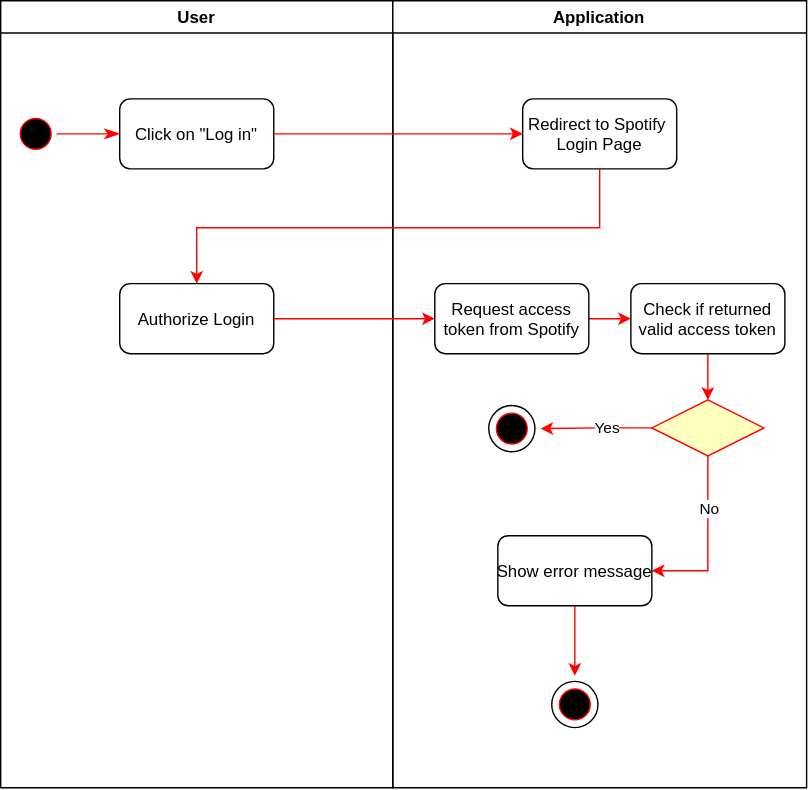
Before: Documentation/diagrams/Login_Activity_Diagram.svg, a diagram exported from draw.io (SE-TINF22B6/Statify). Source tidied: cells renumbered, new cells last; positions are measured from the earlier drawing's top-left corner, leaving out a move shared by most shapes.
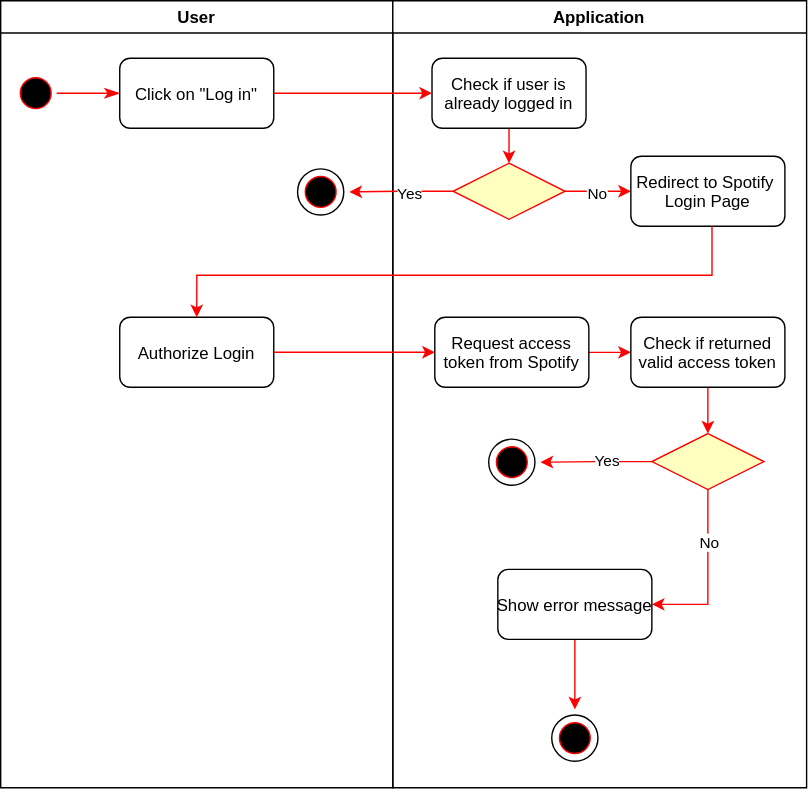
The same diagram one commit later.

The edit, as a diff of the source:
```diff
@@ -6,24 +6,52 @@
       <mxGeometry width="280" height="562" as="geometry" />
     </mxCell>
     <mxCell id="3" style="ellipse;shape=startState;fillColor=#000000;strokeColor=#ff0000;" parent="2" vertex="1">
-      <mxGeometry x="10" y="80" width="30" height="30" as="geometry" />
+      <mxGeometry x="10" y="51" width="30" height="30" as="geometry" />
     </mxCell>
     <mxCell id="4" style="edgeStyle=elbowEdgeStyle;elbow=horizontal;verticalAlign=bottom;endArrow=classicThin;endSize=8;strokeColor=#FF0000;endFill=1;rounded=0;" parent="2" edge="1" source="3" target="5">
       <mxGeometry x="100" y="40" as="geometry" />
     </mxCell>
     <mxCell id="5" value="Click on &quot;Log in&quot;" style="rounded=1;" parent="2" vertex="1">
-      <mxGeometry x="85" y="70" width="110" height="50" as="geometry" />
+      <mxGeometry x="85" y="41" width="110" height="50" as="geometry" />
     </mxCell>
+    <mxCell id="29" style="group;" parent="2" vertex="1">
+      <mxGeometry x="208" y="116" width="41" height="41" as="geometry" />
+    </mxCell>
+    <mxCell id="30" style="ellipse;shape=startState;fillColor=none;strokeColor=#000000;" parent="29" vertex="1">
+      <mxGeometry width="41" height="41" as="geometry" />
+    </mxCell>
+    <mxCell id="31" style="ellipse;shape=startState;fillColor=#000000;strokeColor=#ff0000;" parent="29" vertex="1">
+      <mxGeometry x="5.5" y="5.5" width="30" height="30" as="geometry" />
+    </mxCell>
+    <mxCell id="7" value="Application" style="swimlane;whiteSpace=wrap;" parent="1" vertex="1">
+      <mxGeometry x="280" width="295.5" height="562" as="geometry" />
+    </mxCell>
+    <mxCell id="32" style="edgeStyle=orthogonalEdgeStyle;rounded=0;jettySize=auto;html=1;startArrow=classic;startFill=1;endArrow=none;endFill=0;strokeColor=#FF0000;" parent="7" edge="1" source="16" target="34">
+      <mxGeometry relative="1" as="geometry" />
+    </mxCell>
+    <mxCell id="33" value="No" style="edgeLabel;html=1;align=center;verticalAlign=middle;" parent="32" vertex="1">
+      <mxGeometry x="0.31" y="1" relative="1" as="geometry">
+        <mxPoint x="6" as="offset" />
+      </mxGeometry>
+    </mxCell>
+    <mxCell id="16" value="Redirect to Spotify &#10;Login Page" style="rounded=1;" parent="7" vertex="1">
+      <mxGeometry x="170" y="111" width="110" height="50" as="geometry" />
+    </mxCell>
-    <mxCell id="6" value="Authorize Login" style="rounded=1;" parent="2" vertex="1">
-      <mxGeometry x="85" y="202" width="110" height="50" as="geometry" />
+    <mxCell id="6" value="Authorize Login" style="rounded=1;" parent="7" vertex="1">
+      <mxGeometry x="-195" y="226" width="110" height="50" as="geometry" />
     </mxCell>
-    <mxCell id="7" value="Application" style="swimlane;whiteSpace=wrap;" parent="1" vertex="1">
-      <mxGeometry x="280" width="295.5" height="562" as="geometry" />
-    </mxCell>
+    <mxCell id="27" style="edgeStyle=orthogonalEdgeStyle;rounded=0;jettySize=auto;html=1;entryX=0.5;entryY=0;entryDx=0;entryDy=0;strokeColor=#FF0000;" parent="7" edge="1" source="16" target="6">
+      <mxGeometry relative="1" as="geometry">
+        <Array as="points">
+          <mxPoint x="228" y="196" />
+          <mxPoint x="-140" y="196" />
+        </Array>
+      </mxGeometry>
+    </mxCell>
     <mxCell id="8" style="edgeStyle=orthogonalEdgeStyle;rounded=0;jettySize=auto;html=1;exitX=0.5;exitY=1;exitDx=0;exitDy=0;entryX=1;entryY=0.5;entryDx=0;entryDy=0;strokeColor=#ff0000;" parent="7" edge="1" source="22" target="11">
       <mxGeometry relative="1" as="geometry">
         <Array as="points">
-          <mxPoint x="225" y="407" />
+          <mxPoint x="225" y="431" />
         </Array>
       </mxGeometry>
     </mxCell>
@@ -36,13 +64,13 @@
       <mxGeometry relative="1" as="geometry" />
     </mxCell>
     <mxCell id="11" value="Show error message" style="rounded=1;" parent="7" vertex="1">
-      <mxGeometry x="75" y="382" width="110" height="50" as="geometry" />
+      <mxGeometry x="75" y="406" width="110" height="50" as="geometry" />
     </mxCell>
     <mxCell id="12" style="edgeStyle=orthogonalEdgeStyle;rounded=0;jettySize=auto;html=1;strokeColor=#ff0000;entryX=0.5;entryY=0;entryDx=0;entryDy=0;" parent="7" edge="1" source="19" target="22">
       <mxGeometry relative="1" as="geometry" />
     </mxCell>
     <mxCell id="13" style="group;" parent="7" vertex="1">
-      <mxGeometry x="109.5" y="482" width="41" height="41" as="geometry" />
+      <mxGeometry x="109.5" y="506" width="41" height="41" as="geometry" />
     </mxCell>
     <mxCell id="14" style="ellipse;shape=startState;fillColor=none;strokeColor=#000000;" parent="13" vertex="1">
       <mxGeometry width="41" height="41" as="geometry" />
@@ -50,17 +78,14 @@
     <mxCell id="15" style="ellipse;shape=startState;fillColor=#000000;strokeColor=#ff0000;" parent="13" vertex="1">
       <mxGeometry x="5.5" y="5.5" width="30" height="30" as="geometry" />
     </mxCell>
-    <mxCell id="16" value="Redirect to Spotify &#10;Login Page" style="rounded=1;" parent="7" vertex="1">
-      <mxGeometry x="92.8" y="70" width="110" height="50" as="geometry" />
-    </mxCell>
     <mxCell id="17" style="edgeStyle=orthogonalEdgeStyle;rounded=0;jettySize=auto;html=1;strokeColor=#FF0000;" parent="7" edge="1" source="18" target="19">
       <mxGeometry relative="1" as="geometry" />
     </mxCell>
     <mxCell id="18" value="Request access&#10;token from Spotify" style="rounded=1;" parent="7" vertex="1">
-      <mxGeometry x="30" y="202" width="110" height="50" as="geometry" />
+      <mxGeometry x="30" y="226" width="110" height="50" as="geometry" />
     </mxCell>
     <mxCell id="19" value="Check if returned&#10;valid access token" style="rounded=1;" parent="7" vertex="1">
-      <mxGeometry x="170" y="202" width="110" height="50" as="geometry" />
+      <mxGeometry x="170" y="226" width="110" height="50" as="geometry" />
     </mxCell>
     <mxCell id="20" style="edgeStyle=orthogonalEdgeStyle;rounded=0;jettySize=auto;html=1;strokeColor=#FF0000;entryX=1;entryY=0.5;entryDx=0;entryDy=0;" parent="7" edge="1" source="22" target="24">
       <mxGeometry relative="1" as="geometry" />
@@ -69,10 +94,10 @@
       <mxGeometry x="-0.18" y="-1" relative="1" as="geometry" />
     </mxCell>
     <mxCell id="22" style="rhombus;fillColor=#ffffc0;strokeColor=#ff0000;" parent="7" vertex="1">
-      <mxGeometry x="185" y="285" width="80" height="40" as="geometry" />
+      <mxGeometry x="185" y="309" width="80" height="40" as="geometry" />
     </mxCell>
     <mxCell id="23" style="group;" parent="7" vertex="1">
-      <mxGeometry x="64.5" y="285" width="41" height="41" as="geometry" />
+      <mxGeometry x="64.5" y="309" width="41" height="41" as="geometry" />
     </mxCell>
     <mxCell id="24" style="ellipse;shape=startState;fillColor=none;strokeColor=#000000;" parent="23" vertex="1">
       <mxGeometry width="41" height="41" as="geometry" />
@@ -80,19 +105,28 @@
     <mxCell id="25" style="ellipse;shape=startState;fillColor=#000000;strokeColor=#ff0000;" parent="23" vertex="1">
       <mxGeometry x="5.5" y="5.5" width="30" height="30" as="geometry" />
     </mxCell>
+    <mxCell id="28" style="edgeStyle=orthogonalEdgeStyle;rounded=0;jettySize=auto;html=1;entryX=0;entryY=0.5;entryDx=0;entryDy=0;strokeColor=#FF0000;" parent="7" edge="1" source="6" target="18">
+      <mxGeometry relative="1" as="geometry" />
+    </mxCell>
+    <mxCell id="34" style="rhombus;fillColor=#ffffc0;strokeColor=#ff0000;" parent="7" vertex="1">
+      <mxGeometry x="43" y="116" width="80" height="40" as="geometry" />
+    </mxCell>
+    <mxCell id="35" style="edgeStyle=orthogonalEdgeStyle;rounded=0;jettySize=auto;html=1;entryX=0.5;entryY=0;entryDx=0;entryDy=0;strokeColor=#FF0000;" parent="7" edge="1" source="36" target="34">
+      <mxGeometry relative="1" as="geometry" />
+    </mxCell>
+    <mxCell id="36" value="Check if user is&#10;already logged in" style="rounded=1;" parent="7" vertex="1">
+      <mxGeometry x="28" y="41" width="110" height="50" as="geometry" />
+    </mxCell>
-    <mxCell id="26" style="edgeStyle=orthogonalEdgeStyle;rounded=0;jettySize=auto;html=1;entryX=0;entryY=0.5;entryDx=0;entryDy=0;strokeColor=#FF0000;" parent="1" edge="1" source="5" target="16">
+    <mxCell id="26" style="edgeStyle=orthogonalEdgeStyle;rounded=0;jettySize=auto;html=1;entryX=0;entryY=0.5;entryDx=0;entryDy=0;strokeColor=#FF0000;" parent="1" edge="1" source="5" target="36">
       <mxGeometry relative="1" as="geometry" />
     </mxCell>
-    <mxCell id="27" style="edgeStyle=orthogonalEdgeStyle;rounded=0;jettySize=auto;html=1;entryX=0.5;entryY=0;entryDx=0;entryDy=0;strokeColor=#FF0000;" parent="1" edge="1" source="16" target="6">
-      <mxGeometry relative="1" as="geometry">
-        <Array as="points">
-          <mxPoint x="428" y="162" />
-          <mxPoint x="140" y="162" />
-        </Array>
-      </mxGeometry>
-    </mxCell>
-    <mxCell id="28" style="edgeStyle=orthogonalEdgeStyle;rounded=0;jettySize=auto;html=1;entryX=0;entryY=0.5;entryDx=0;entryDy=0;strokeColor=#FF0000;" parent="1" edge="1" source="6" target="18">
-      <mxGeometry relative="1" as="geometry" />
-    </mxCell>
+    <mxCell id="37" style="edgeStyle=orthogonalEdgeStyle;rounded=0;jettySize=auto;html=1;entryX=1;entryY=0.5;entryDx=0;entryDy=0;strokeColor=#FF0000;" parent="1" edge="1" source="34" target="30">
+      <mxGeometry relative="1" as="geometry" />
+    </mxCell>
+    <mxCell id="38" value="Yes" style="edgeLabel;html=1;align=center;verticalAlign=middle;" parent="37" vertex="1">
+      <mxGeometry x="-0.32" y="1" relative="1" as="geometry">
+        <mxPoint x="-6" as="offset" />
+      </mxGeometry>
+    </mxCell>
   </root>
 </mxGraphModel>
```
